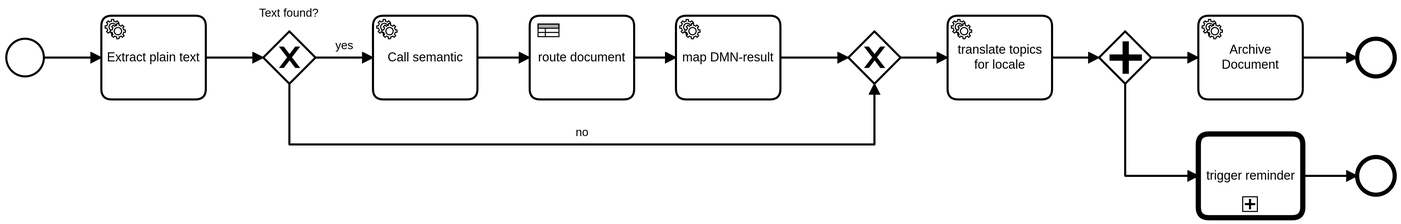
Earlier version of the BPMN export src/main/resources/mailprocessor.png (Cuupa/mailprocessor). Its source is kept beside it as src/main/resources/mailprocessor.bpmn. Ids are renumbered.
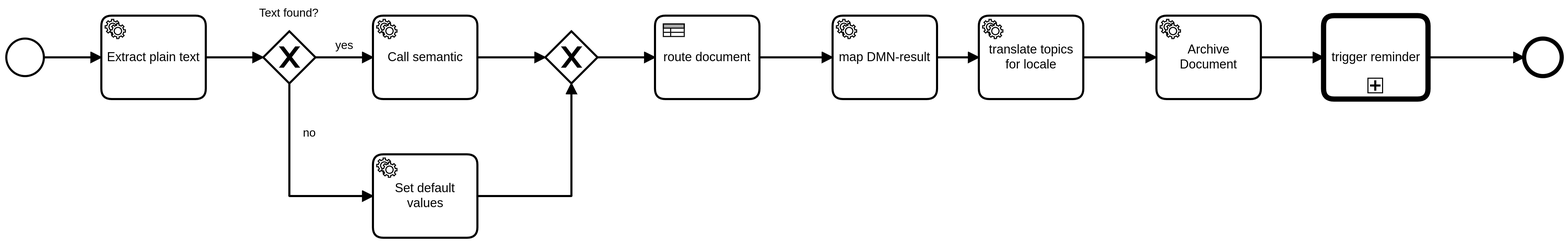
Later version of the same file.

Commit message:
feat_reminder configuration

What changed in the source:
```diff
@@ -28,109 +28,88 @@
             <bpmn:incoming>SequenceFlow_n4</bpmn:incoming>
             <bpmn:outgoing>SequenceFlow_n6</bpmn:outgoing>
         </bpmn:serviceTask>
-        <bpmn:sequenceFlow id="SequenceFlow_n6" sourceRef="semanticDelegate" targetRef="Task_n7"/>
-        <bpmn:sequenceFlow id="SequenceFlow_n8" sourceRef="ExclusiveGateway_n9" targetRef="Task_n10"/>
+        <bpmn:sequenceFlow id="SequenceFlow_n6" sourceRef="semanticDelegate" targetRef="Gateway_n24"/>
         <bpmn:sequenceFlow id="SequenceFlow_n5" name="no" sourceRef="text_found_gateway"
-                           targetRef="ExclusiveGateway_n9">
+                           targetRef="Activity_n25">
             <bpmn:conditionExpression xsi:type="bpmn:tFormalExpression">#{PLAIN_TEXT == null}</bpmn:conditionExpression>
         </bpmn:sequenceFlow>
         <bpmn:serviceTask id="Task_n11" name="Archive Document" camunda:delegateExpression="#{archiveDelegate}">
-            <bpmn:incoming>SequenceFlow_n12</bpmn:incoming>
+            <bpmn:incoming>SequenceFlow_n16</bpmn:incoming>
             <bpmn:outgoing>SequenceFlow_n13</bpmn:outgoing>
         </bpmn:serviceTask>
         <bpmn:businessRuleTask id="Task_n7" name="route document" camunda:resultVariable="DMN_RESULT"
                                camunda:decisionRef="${USERNAME}" camunda:mapDecisionResult="singleResult">
-            <bpmn:incoming>SequenceFlow_n6</bpmn:incoming>
+            <bpmn:incoming>Flow_n26</bpmn:incoming>
             <bpmn:outgoing>SequenceFlow_n14</bpmn:outgoing>
         </bpmn:businessRuleTask>
-    <bpmn:exclusiveGateway id="ExclusiveGateway_n9">
-      <bpmn:incoming>SequenceFlow_n5</bpmn:incoming>
-      <bpmn:incoming>SequenceFlow_n15</bpmn:incoming>
-      <bpmn:outgoing>SequenceFlow_n8</bpmn:outgoing>
-    </bpmn:exclusiveGateway>
         <bpmn:serviceTask id="Task_n10" name="translate topics for locale"
                           camunda:delegateExpression="#{translateTopicDelegate}">
-            <bpmn:incoming>SequenceFlow_n8</bpmn:incoming>
+            <bpmn:incoming>SequenceFlow_n15</bpmn:incoming>
             <bpmn:outgoing>SequenceFlow_n16</bpmn:outgoing>
         </bpmn:serviceTask>
-        <bpmn:sequenceFlow id="SequenceFlow_n16" sourceRef="Task_n10" targetRef="ExclusiveGateway_n17"/>
-    <bpmn:serviceTask id="Task_n18" name="map DMN-result" camunda:delegateExpression="#{dmnResultMapperDelegate}">
-      <bpmn:incoming>SequenceFlow_n14</bpmn:incoming>
-      <bpmn:outgoing>SequenceFlow_n15</bpmn:outgoing>
-    </bpmn:serviceTask>
-    <bpmn:parallelGateway id="ExclusiveGateway_n17">
-      <bpmn:incoming>SequenceFlow_n16</bpmn:incoming>
-      <bpmn:outgoing>SequenceFlow_n12</bpmn:outgoing>
-      <bpmn:outgoing>SequenceFlow_n19</bpmn:outgoing>
-    </bpmn:parallelGateway>
-    <bpmn:sequenceFlow id="SequenceFlow_n12" sourceRef="ExclusiveGateway_n17" targetRef="Task_n11" />
-    <bpmn:endEvent id="EndEvent_n20">
-      <bpmn:incoming>SequenceFlow_n13</bpmn:incoming>
-    </bpmn:endEvent>
-    <bpmn:sequenceFlow id="SequenceFlow_n13" sourceRef="Task_n11" targetRef="EndEvent_n20" />
-    <bpmn:sequenceFlow id="SequenceFlow_n19" sourceRef="ExclusiveGateway_n17" targetRef="Task_n21" />
-    <bpmn:callActivity id="Task_n21" name="trigger reminder" calledElement="remindertrigger">
-      <bpmn:extensionElements>
-        <camunda:in variables="all" />
-        <camunda:out variables="all" />
-      </bpmn:extensionElements>
-      <bpmn:incoming>SequenceFlow_n19</bpmn:incoming>
-      <bpmn:outgoing>SequenceFlow_n22</bpmn:outgoing>
-    </bpmn:callActivity>
-    <bpmn:endEvent id="EndEvent_n23">
-      <bpmn:incoming>SequenceFlow_n22</bpmn:incoming>
-    </bpmn:endEvent>
-    <bpmn:sequenceFlow id="SequenceFlow_n22" sourceRef="Task_n21" targetRef="EndEvent_n23" />
-    <bpmn:sequenceFlow id="SequenceFlow_n14" sourceRef="Task_n7" targetRef="Task_n18" />
-    <bpmn:sequenceFlow id="SequenceFlow_n15" sourceRef="Task_n18" targetRef="ExclusiveGateway_n9" />
-  </bpmn:process>
+        <bpmn:sequenceFlow id="SequenceFlow_n16" sourceRef="Task_n10" targetRef="Task_n11"/>
+        <bpmn:serviceTask id="Task_n18" name="map DMN-result"
+                          camunda:delegateExpression="#{dmnResultMapperDelegate}">
+            <bpmn:incoming>SequenceFlow_n14</bpmn:incoming>
+            <bpmn:outgoing>SequenceFlow_n15</bpmn:outgoing>
+        </bpmn:serviceTask>
+        <bpmn:endEvent id="EndEvent_n20">
+            <bpmn:incoming>Flow_n27</bpmn:incoming>
+        </bpmn:endEvent>
+        <bpmn:sequenceFlow id="SequenceFlow_n13" sourceRef="Task_n11" targetRef="Task_n21"/>
+        <bpmn:callActivity id="Task_n21" name="trigger reminder" calledElement="remindertrigger">
+            <bpmn:extensionElements>
+                <camunda:in variables="all"/>
+                <camunda:out variables="all"/>
+            </bpmn:extensionElements>
+            <bpmn:incoming>SequenceFlow_n13</bpmn:incoming>
+            <bpmn:outgoing>Flow_n27</bpmn:outgoing>
+        </bpmn:callActivity>
+        <bpmn:sequenceFlow id="SequenceFlow_n14" sourceRef="Task_n7" targetRef="Task_n18"/>
+        <bpmn:sequenceFlow id="SequenceFlow_n15" sourceRef="Task_n18" targetRef="Task_n10"/>
+        <bpmn:sequenceFlow id="Flow_n27" sourceRef="Task_n21" targetRef="EndEvent_n20"/>
+        <bpmn:exclusiveGateway id="Gateway_n24">
+            <bpmn:incoming>SequenceFlow_n6</bpmn:incoming>
+            <bpmn:incoming>Flow_n28</bpmn:incoming>
+            <bpmn:outgoing>Flow_n26</bpmn:outgoing>
+        </bpmn:exclusiveGateway>
+        <bpmn:sequenceFlow id="Flow_n26" sourceRef="Gateway_n24" targetRef="Task_n7"/>
+        <bpmn:sequenceFlow id="Flow_n28" sourceRef="Activity_n25" targetRef="Gateway_n24"/>
+        <bpmn:serviceTask id="Activity_n25" name="Set default values"
+                          camunda:delegateExpression="#{defaultValueDelegate}">
+            <bpmn:incoming>SequenceFlow_n5</bpmn:incoming>
+            <bpmn:outgoing>Flow_n28</bpmn:outgoing>
+        </bpmn:serviceTask>
+    </bpmn:process>
   <bpmndi:BPMNDiagram id="BPMNDiagram_1">
     <bpmndi:BPMNPlane id="BPMNPlane_1" bpmnElement="mailprocessor">
-      <bpmndi:BPMNEdge id="SequenceFlow_n15_di" bpmnElement="SequenceFlow_n15">
-        <di:waypoint x="920" y="127" />
-        <di:waypoint x="985" y="127" />
-      </bpmndi:BPMNEdge>
-      <bpmndi:BPMNEdge id="SequenceFlow_n14_di" bpmnElement="SequenceFlow_n14">
-        <di:waypoint x="780" y="127" />
-        <di:waypoint x="820" y="127" />
-      </bpmndi:BPMNEdge>
-      <bpmndi:BPMNEdge id="SequenceFlow_n22_di" bpmnElement="SequenceFlow_n22">
-        <di:waypoint x="1420" y="240" />
-        <di:waypoint x="1472" y="240" />
-      </bpmndi:BPMNEdge>
-      <bpmndi:BPMNEdge id="SequenceFlow_n19_di" bpmnElement="SequenceFlow_n19">
-        <di:waypoint x="1250" y="152" />
-        <di:waypoint x="1250" y="240" />
-        <di:waypoint x="1320" y="240" />
-      </bpmndi:BPMNEdge>
-      <bpmndi:BPMNEdge id="SequenceFlow_n13_di" bpmnElement="SequenceFlow_n13">
-        <di:waypoint x="1420" y="127" />
-        <di:waypoint x="1472" y="127" />
-      </bpmndi:BPMNEdge>
-      <bpmndi:BPMNEdge id="SequenceFlow_n12_di" bpmnElement="SequenceFlow_n12">
-        <di:waypoint x="1275" y="127" />
-        <di:waypoint x="1320" y="127" />
-      </bpmndi:BPMNEdge>
-      <bpmndi:BPMNEdge id="SequenceFlow_n16_di" bpmnElement="SequenceFlow_n16">
-        <di:waypoint x="1180" y="127" />
-        <di:waypoint x="1225" y="127" />
-      </bpmndi:BPMNEdge>
-      <bpmndi:BPMNEdge id="SequenceFlow_n5_di" bpmnElement="SequenceFlow_n5">
-        <di:waypoint x="450" y="152" />
-        <di:waypoint x="450" y="210" />
-        <di:waypoint x="1010" y="210" />
-        <di:waypoint x="1010" y="152" />
-        <bpmndi:BPMNLabel>
-          <dc:Bounds x="724" y="192" width="13" height="14" />
-        </bpmndi:BPMNLabel>
-      </bpmndi:BPMNEdge>
-      <bpmndi:BPMNEdge id="SequenceFlow_n8_di" bpmnElement="SequenceFlow_n8">
-        <di:waypoint x="1035" y="127" />
-        <di:waypoint x="1080" y="127" />
-      </bpmndi:BPMNEdge>
+        <bpmndi:BPMNEdge id="SequenceFlow_n15_di" bpmnElement="SequenceFlow_n15">
+            <di:waypoint x="1070" y="127"/>
+            <di:waypoint x="1110" y="127"/>
+        </bpmndi:BPMNEdge>
+        <bpmndi:BPMNEdge id="SequenceFlow_n14_di" bpmnElement="SequenceFlow_n14">
+            <di:waypoint x="900" y="127"/>
+            <di:waypoint x="970" y="127"/>
+        </bpmndi:BPMNEdge>
+        <bpmndi:BPMNEdge id="SequenceFlow_n13_di" bpmnElement="SequenceFlow_n13">
+            <di:waypoint x="1380" y="127"/>
+            <di:waypoint x="1440" y="127"/>
+        </bpmndi:BPMNEdge>
+        <bpmndi:BPMNEdge id="SequenceFlow_n16_di" bpmnElement="SequenceFlow_n16">
+            <di:waypoint x="1210" y="127"/>
+            <di:waypoint x="1280" y="127"/>
+        </bpmndi:BPMNEdge>
+        <bpmndi:BPMNEdge id="SequenceFlow_n5_di" bpmnElement="SequenceFlow_n5">
+            <di:waypoint x="450" y="152"/>
+            <di:waypoint x="450" y="260"/>
+            <di:waypoint x="530" y="260"/>
+            <bpmndi:BPMNLabel>
+                <dc:Bounds x="463" y="193" width="13" height="14"/>
+            </bpmndi:BPMNLabel>
+        </bpmndi:BPMNEdge>
       <bpmndi:BPMNEdge id="SequenceFlow_n6_di" bpmnElement="SequenceFlow_n6">
         <di:waypoint x="630" y="127" />
-        <di:waypoint x="680" y="127" />
+          <di:waypoint x="695" y="127"/>
       </bpmndi:BPMNEdge>
       <bpmndi:BPMNEdge id="SequenceFlow_n4_di" bpmnElement="SequenceFlow_n4">
         <di:waypoint x="475" y="127" />
@@ -139,56 +118,66 @@
           <dc:Bounds x="494" y="109" width="18" height="14" />
         </bpmndi:BPMNLabel>
       </bpmndi:BPMNEdge>
-      <bpmndi:BPMNEdge id="SequenceFlow_n3_di" bpmnElement="SequenceFlow_n3">
-        <di:waypoint x="370" y="127" />
-        <di:waypoint x="425" y="127" />
-      </bpmndi:BPMNEdge>
-      <bpmndi:BPMNEdge id="SequenceFlow_n2_di" bpmnElement="SequenceFlow_n2">
-        <di:waypoint x="215" y="127" />
-        <di:waypoint x="270" y="127" />
-      </bpmndi:BPMNEdge>
-      <bpmndi:BPMNShape id="_BPMNShape_StartEvent_2" bpmnElement="StartEvent_1">
-        <dc:Bounds x="179" y="109" width="36" height="36" />
-      </bpmndi:BPMNShape>
-      <bpmndi:BPMNShape id="ServiceTask_0cadofh_di" bpmnElement="plaintextDelegate">
-        <dc:Bounds x="270" y="87" width="100" height="80" />
-      </bpmndi:BPMNShape>
-      <bpmndi:BPMNShape id="ExclusiveGateway_1nkkix6_di" bpmnElement="text_found_gateway" isMarkerVisible="true">
-        <dc:Bounds x="425" y="102" width="50" height="50" />
-        <bpmndi:BPMNLabel>
-          <dc:Bounds x="421" y="78" width="57" height="14" />
-        </bpmndi:BPMNLabel>
-      </bpmndi:BPMNShape>
-      <bpmndi:BPMNShape id="ServiceTask_13w0heh_di" bpmnElement="semanticDelegate">
-        <dc:Bounds x="530" y="87" width="100" height="80" />
-      </bpmndi:BPMNShape>
-      <bpmndi:BPMNShape id="ServiceTask_1smsnpx_di" bpmnElement="Task_n11">
-        <dc:Bounds x="1320" y="87" width="100" height="80" />
-      </bpmndi:BPMNShape>
-      <bpmndi:BPMNShape id="BusinessRuleTask_00c716l_di" bpmnElement="Task_n7">
-        <dc:Bounds x="680" y="87" width="100" height="80" />
-      </bpmndi:BPMNShape>
-      <bpmndi:BPMNShape id="ExclusiveGateway_1ky30zy_di" bpmnElement="ExclusiveGateway_n9" isMarkerVisible="true">
-        <dc:Bounds x="985" y="102" width="50" height="50" />
-      </bpmndi:BPMNShape>
-      <bpmndi:BPMNShape id="ServiceTask_1g2mo8d_di" bpmnElement="Task_n10">
-        <dc:Bounds x="1080" y="87" width="100" height="80" />
-      </bpmndi:BPMNShape>
-      <bpmndi:BPMNShape id="ServiceTask_1hlf27a_di" bpmnElement="Task_n18">
-        <dc:Bounds x="820" y="87" width="100" height="80" />
-      </bpmndi:BPMNShape>
-      <bpmndi:BPMNShape id="ParallelGateway_1eph30e_di" bpmnElement="ExclusiveGateway_n17">
-        <dc:Bounds x="1225" y="102" width="50" height="50" />
-      </bpmndi:BPMNShape>
-      <bpmndi:BPMNShape id="EndEvent_n20_di" bpmnElement="EndEvent_n20">
-        <dc:Bounds x="1472" y="109" width="36" height="36" />
-      </bpmndi:BPMNShape>
-      <bpmndi:BPMNShape id="CallActivity_0zw0uzg_di" bpmnElement="Task_n21">
-        <dc:Bounds x="1320" y="200" width="100" height="80" />
-      </bpmndi:BPMNShape>
-      <bpmndi:BPMNShape id="EndEvent_n23_di" bpmnElement="EndEvent_n23">
-        <dc:Bounds x="1472" y="222" width="36" height="36" />
-      </bpmndi:BPMNShape>
+        <bpmndi:BPMNEdge id="SequenceFlow_n3_di" bpmnElement="SequenceFlow_n3">
+            <di:waypoint x="370" y="127"/>
+            <di:waypoint x="425" y="127"/>
+        </bpmndi:BPMNEdge>
+        <bpmndi:BPMNEdge id="SequenceFlow_n2_di" bpmnElement="SequenceFlow_n2">
+            <di:waypoint x="215" y="127"/>
+            <di:waypoint x="270" y="127"/>
+        </bpmndi:BPMNEdge>
+        <bpmndi:BPMNEdge id="Flow_n27_di" bpmnElement="Flow_n27">
+            <di:waypoint x="1540" y="127"/>
+            <di:waypoint x="1632" y="127"/>
+        </bpmndi:BPMNEdge>
+        <bpmndi:BPMNEdge id="Flow_n26_di" bpmnElement="Flow_n26">
+            <di:waypoint x="745" y="127"/>
+            <di:waypoint x="800" y="127"/>
+        </bpmndi:BPMNEdge>
+        <bpmndi:BPMNEdge id="Flow_n28_di" bpmnElement="Flow_n28">
+            <di:waypoint x="630" y="260"/>
+            <di:waypoint x="720" y="260"/>
+            <di:waypoint x="720" y="152"/>
+        </bpmndi:BPMNEdge>
+        <bpmndi:BPMNShape id="_BPMNShape_StartEvent_2" bpmnElement="StartEvent_1">
+            <dc:Bounds x="179" y="109" width="36" height="36"/>
+        </bpmndi:BPMNShape>
+        <bpmndi:BPMNShape id="ServiceTask_0cadofh_di" bpmnElement="plaintextDelegate">
+            <dc:Bounds x="270" y="87" width="100" height="80"/>
+        </bpmndi:BPMNShape>
+        <bpmndi:BPMNShape id="ExclusiveGateway_1nkkix6_di" bpmnElement="text_found_gateway" isMarkerVisible="true">
+            <dc:Bounds x="425" y="102" width="50" height="50"/>
+            <bpmndi:BPMNLabel>
+                <dc:Bounds x="421" y="78" width="57" height="14"/>
+            </bpmndi:BPMNLabel>
+        </bpmndi:BPMNShape>
+        <bpmndi:BPMNShape id="ServiceTask_13w0heh_di" bpmnElement="semanticDelegate">
+            <dc:Bounds x="530" y="87" width="100" height="80"/>
+        </bpmndi:BPMNShape>
+        <bpmndi:BPMNShape id="ServiceTask_1hlf27a_di" bpmnElement="Task_n18">
+            <dc:Bounds x="970" y="87" width="100" height="80"/>
+        </bpmndi:BPMNShape>
+        <bpmndi:BPMNShape id="Gateway_n24_di" bpmnElement="Gateway_n24" isMarkerVisible="true">
+            <dc:Bounds x="695" y="102" width="50" height="50"/>
+        </bpmndi:BPMNShape>
+        <bpmndi:BPMNShape id="Activity_0ill0vw_di" bpmnElement="Activity_n25">
+            <dc:Bounds x="530" y="220" width="100" height="80"/>
+        </bpmndi:BPMNShape>
+        <bpmndi:BPMNShape id="ServiceTask_1g2mo8d_di" bpmnElement="Task_n10">
+            <dc:Bounds x="1110" y="87" width="100" height="80"/>
+        </bpmndi:BPMNShape>
+        <bpmndi:BPMNShape id="EndEvent_n20_di" bpmnElement="EndEvent_n20">
+            <dc:Bounds x="1632" y="109" width="36" height="36"/>
+        </bpmndi:BPMNShape>
+        <bpmndi:BPMNShape id="ServiceTask_1smsnpx_di" bpmnElement="Task_n11">
+            <dc:Bounds x="1280" y="87" width="100" height="80"/>
+        </bpmndi:BPMNShape>
+        <bpmndi:BPMNShape id="CallActivity_0zw0uzg_di" bpmnElement="Task_n21">
+            <dc:Bounds x="1440" y="87" width="100" height="80"/>
+        </bpmndi:BPMNShape>
+        <bpmndi:BPMNShape id="BusinessRuleTask_00c716l_di" bpmnElement="Task_n7">
+            <dc:Bounds x="800" y="87" width="100" height="80"/>
+        </bpmndi:BPMNShape>
     </bpmndi:BPMNPlane>
   </bpmndi:BPMNDiagram>
 </bpmn:definitions>
```
